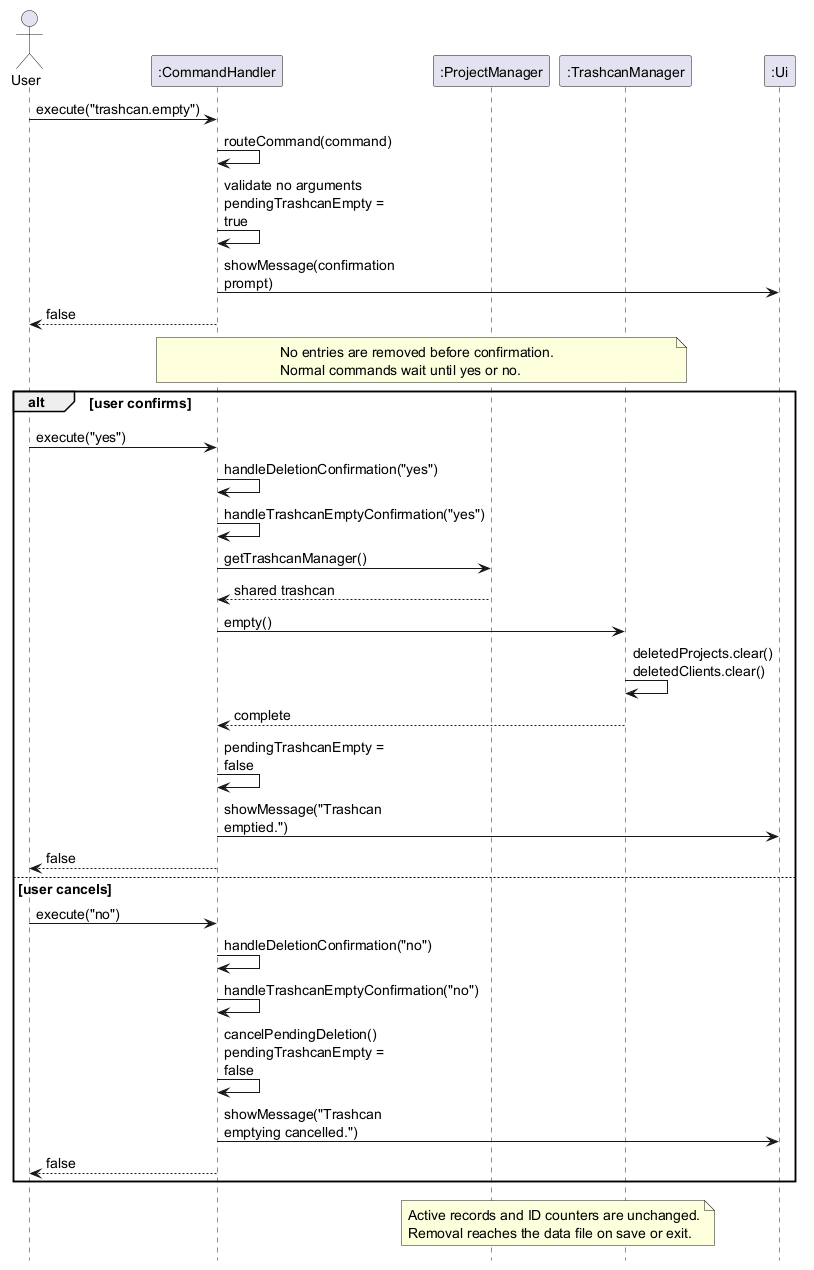
Earlier version of the PlantUML export docs/images/TrashcanEmptySequenceDiagram.png (AY2627S1-CS2113-T10-3/tp).
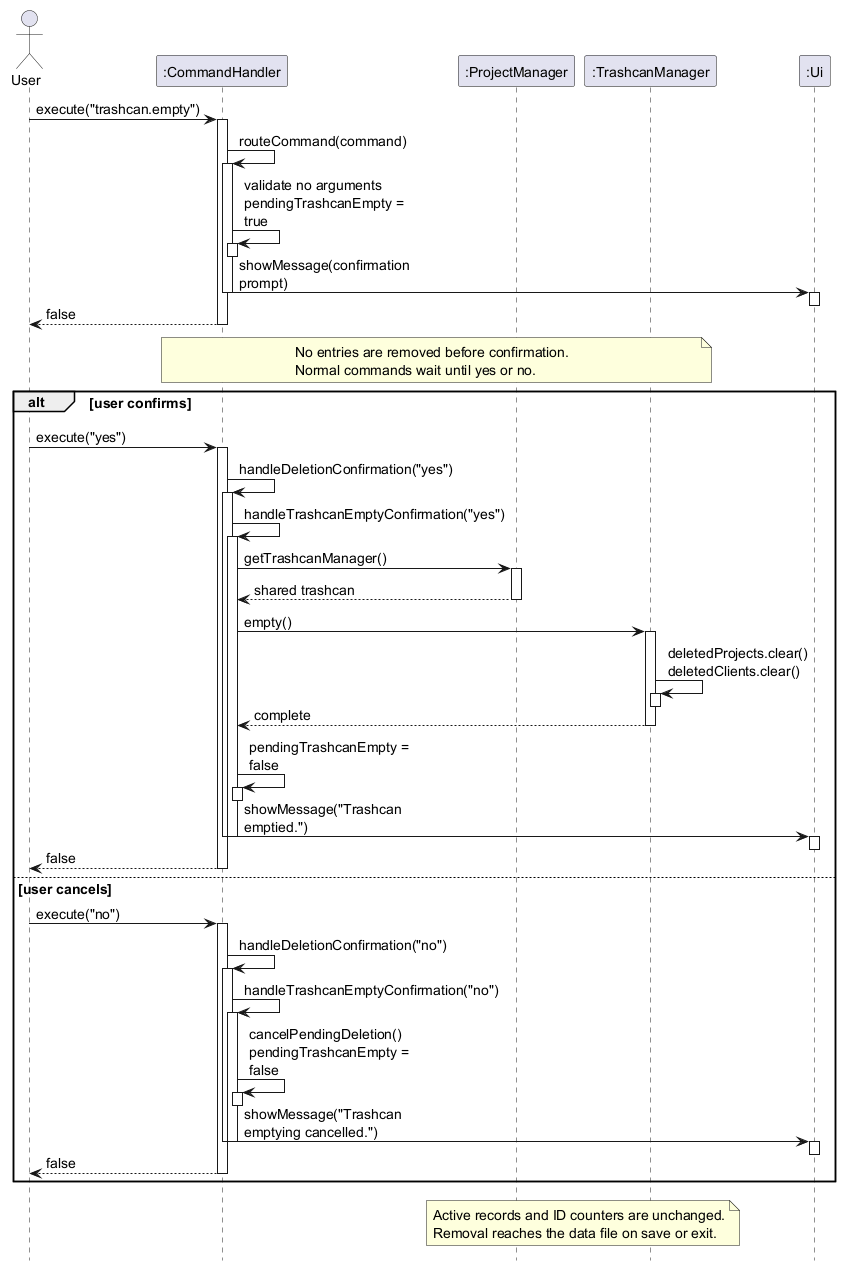
The same file after the commit.

Commit message:
Combine project deletion with other deletions in DG and add activation boxes to sequence diagrams

Diff of the diagram source:
```diff
@@ -10,10 +10,18 @@
 participant ":Ui" as UI
 
 User -> CH : execute("trashcan.empty")
+activate CH
 CH -> CH : routeCommand(command)
+activate CH
 CH -> CH : validate no arguments\npendingTrashcanEmpty = true
+activate CH
+deactivate CH
 CH -> UI : showMessage(confirmation prompt)
+activate UI
+deactivate UI
+deactivate CH
 CH --> User : false
+deactivate CH
 
 note over CH, TM
   No entries are removed before confirmation.
@@ -22,23 +30,49 @@
 
 alt user confirms
   User -> CH : execute("yes")
+  activate CH
   CH -> CH : handleDeletionConfirmation("yes")
+  activate CH
   CH -> CH : handleTrashcanEmptyConfirmation("yes")
+  activate CH
   CH -> PM : getTrashcanManager()
+  activate PM
   PM --> CH : shared trashcan
+  deactivate PM
   CH -> TM : empty()
+  activate TM
   TM -> TM : deletedProjects.clear()\ndeletedClients.clear()
+  activate TM
+  deactivate TM
   TM --> CH : complete
+  deactivate TM
   CH -> CH : pendingTrashcanEmpty = false
+  activate CH
+  deactivate CH
   CH -> UI : showMessage("Trashcan emptied.")
+  activate UI
+  deactivate UI
+  deactivate CH
+  deactivate CH
   CH --> User : false
+  deactivate CH
 else user cancels
   User -> CH : execute("no")
+  activate CH
   CH -> CH : handleDeletionConfirmation("no")
+  activate CH
   CH -> CH : handleTrashcanEmptyConfirmation("no")
+  activate CH
   CH -> CH : cancelPendingDeletion()\npendingTrashcanEmpty = false
+  activate CH
+  deactivate CH
   CH -> UI : showMessage("Trashcan emptying cancelled.")
+  activate UI
+  deactivate UI
+  deactivate CH
+  deactivate CH
   CH --> User : false
+  deactivate CH
 end
 
 note over PM, TM
```
